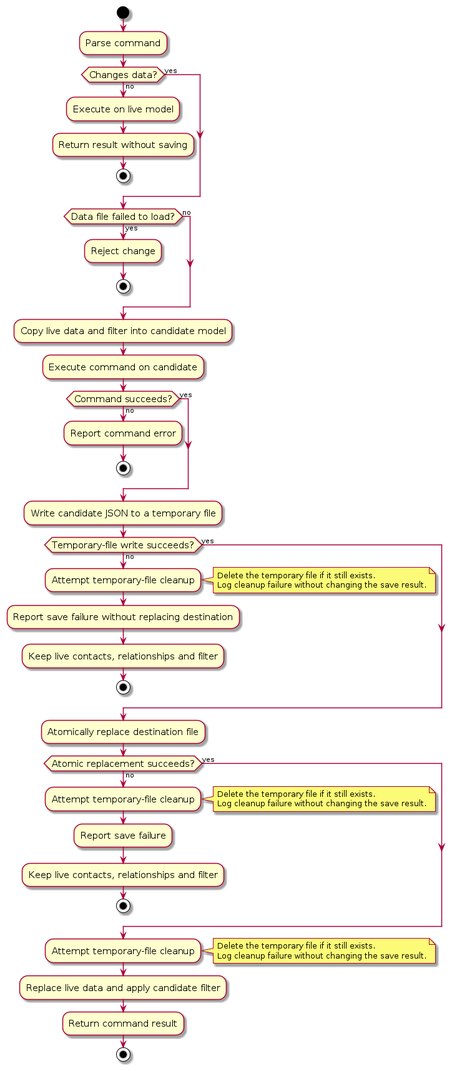
Before: diagrams/SafeSaveActivityDiagram.png, a diagram exported from PlantUML (AY2627S1-CS2103T-T15-2/tp). Its source is kept beside it as diagrams/SafeSaveActivityDiagram.puml. The source it was exported from:
```plantuml
@startuml
skin rose
skinparam ActivityFontSize 15

start
:Parse command;
if (Changes data?) then (no)
  :Execute on live model;
  :Return result without saving;
  stop
else (yes)
endif
if (Data file failed to load?) then (yes)
  :Reject change;
  stop
else (no)
endif
:Copy live data and filter into candidate model;
:Execute command on candidate;
if (Command succeeds?) then (no)
  :Report command error;
  stop
else (yes)
endif
:Write candidate JSON to a temporary file;
if (Temporary-file write succeeds?) then (no)
  :Attempt temporary-file cleanup;
  note right
    Delete the temporary file if it still exists.
    Log cleanup failure without changing the save result.
  end note
  :Report save failure without replacing destination;
  :Keep live contacts, relationships and filter;
  stop
else (yes)
endif
:Atomically replace destination file;
if (Atomic replacement succeeds?) then (no)
  :Attempt temporary-file cleanup;
  note right
    Delete the temporary file if it still exists.
    Log cleanup failure without changing the save result.
  end note
  :Report save failure;
  :Keep live contacts, relationships and filter;
  stop
else (yes)
endif
:Attempt temporary-file cleanup;
note right
  Delete the temporary file if it still exists.
  Log cleanup failure without changing the save result.
end note
:Replace live data and apply candidate filter;
:Return command result;
stop
@enduml
```
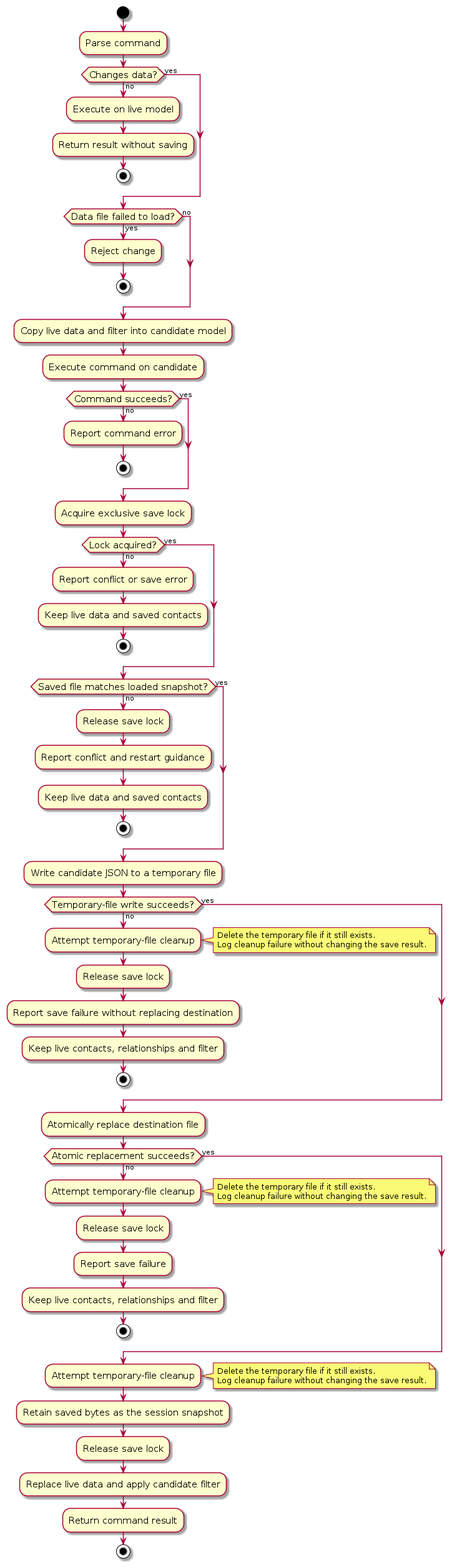
Later version of the same file.

What changed in the source:
```diff
@@ -22,6 +22,20 @@
   stop
 else (yes)
 endif
+:Acquire exclusive save lock;
+if (Lock acquired?) then (no)
+  :Report conflict or save error;
+  :Keep live data and saved contacts;
+  stop
+else (yes)
+endif
+if (Saved file matches loaded snapshot?) then (no)
+  :Release save lock;
+  :Report conflict and restart guidance;
+  :Keep live data and saved contacts;
+  stop
+else (yes)
+endif
 :Write candidate JSON to a temporary file;
 if (Temporary-file write succeeds?) then (no)
   :Attempt temporary-file cleanup;
@@ -29,6 +43,7 @@
     Delete the temporary file if it still exists.
     Log cleanup failure without changing the save result.
   end note
+  :Release save lock;
   :Report save failure without replacing destination;
   :Keep live contacts, relationships and filter;
   stop
@@ -41,6 +56,7 @@
     Delete the temporary file if it still exists.
     Log cleanup failure without changing the save result.
   end note
+  :Release save lock;
   :Report save failure;
   :Keep live contacts, relationships and filter;
   stop
@@ -51,6 +67,8 @@
   Delete the temporary file if it still exists.
   Log cleanup failure without changing the save result.
 end note
+:Retain saved bytes as the session snapshot;
+:Release save lock;
 :Replace live data and apply candidate filter;
 :Return command result;
 stop
```
